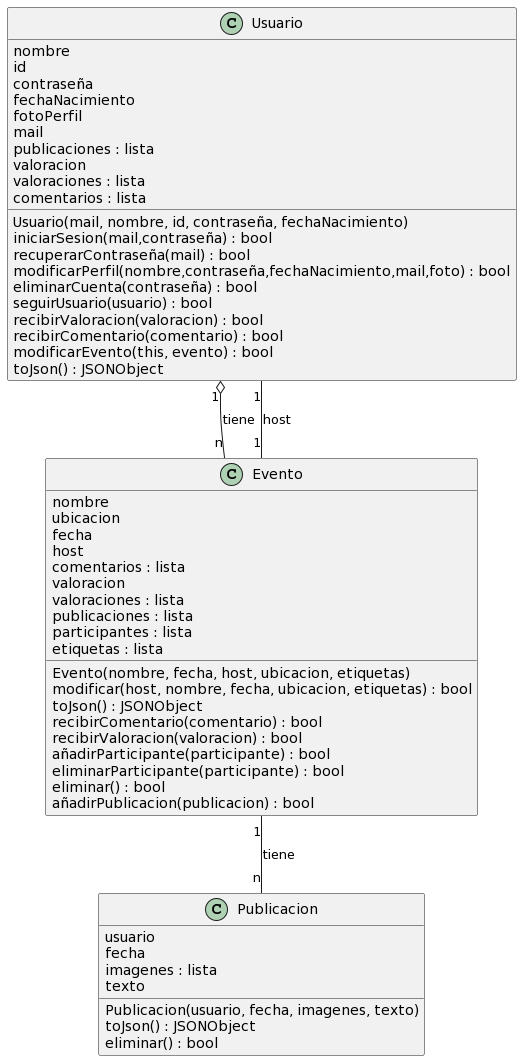
The PlantUML diagram backend/Diagramas/Diagrama clases.png in prieetoo/FindMyParty, before a commit. The source it was exported from:
```plantuml
@startuml
class Usuario {
  nombre
  id
  contraseña
  fechaNacimiento
  fotoPerfil
  mail
  publicaciones : lista
  valoracion
  valoraciones : lista
  comentarios : lista

  Usuario(mail, nombre, id, contraseña, fechaNacimiento)
  iniciarSesion(mail,contraseña) : bool
  recuperarContraseña(mail) : bool
  modificarPerfil(nombre,contraseña,fechaNacimiento,mail,foto) : bool
  eliminarCuenta(contraseña) : bool
  seguirUsuario(usuario) : bool
  recibirValoracion(valoracion) : bool
  recibirComentario(comentario) : bool
  modificarEvento(this, evento) : bool
  toJson() : JSONObject
}

class Evento {
  nombre
  ubicacion
  fecha
  host
  comentarios : lista
  valoracion
  valoraciones : lista
  publicaciones : lista
  participantes : lista
  etiquetas : lista


  Evento(nombre, fecha, host, ubicacion, etiquetas)
  modificar(host, nombre, fecha, ubicacion, etiquetas) : bool
  toJson() : JSONObject
  recibirComentario(comentario) : bool
  recibirValoracion(valoracion) : bool
  añadirParticipante(participante) : bool
  eliminarParticipante(participante) : bool
  eliminar() : bool
  añadirPublicacion(publicacion) : bool
}

class Publicacion {
  usuario
  fecha
  imagenes : lista
  texto

  Publicacion(usuario, fecha, imagenes, texto)
  toJson() : JSONObject
  eliminar() : bool
}

Usuario "1" o-- "n" Evento : tiene
Evento "1" -- "1" Usuario : host
Evento "1" -- "n" Publicacion : tiene
@enduml
```
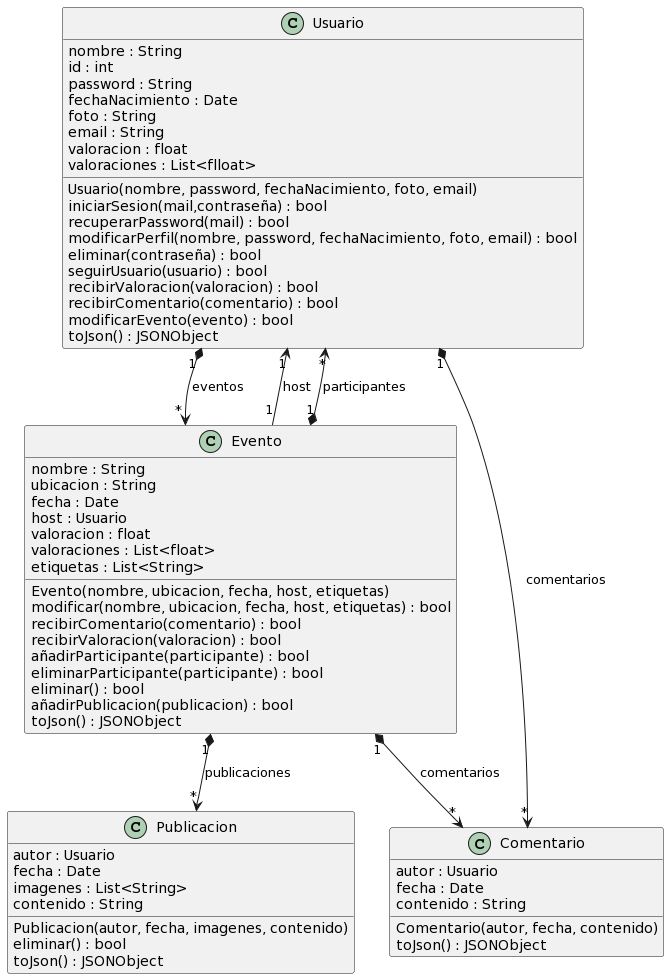
The same diagram one commit later.

Commit message:
Diagramas casos de uso y clases

Change to the diagram source:
```diff
@@ -1,64 +1,66 @@
 @startuml
 class Usuario {
-  nombre
-  id
-  contraseña
-  fechaNacimiento
-  fotoPerfil
-  mail
-  publicaciones : lista
-  valoracion
-  valoraciones : lista
-  comentarios : lista
-
-  Usuario(mail, nombre, id, contraseña, fechaNacimiento)
+  nombre : String
+  id : int
+  password : String
+  fechaNacimiento : Date
+  foto : String
+  email : String
+  valoracion : float
+  valoraciones : List<flloat>
+  Usuario(nombre, password, fechaNacimiento, foto, email)
   iniciarSesion(mail,contraseña) : bool
-  recuperarContraseña(mail) : bool
-  modificarPerfil(nombre,contraseña,fechaNacimiento,mail,foto) : bool
-  eliminarCuenta(contraseña) : bool
+  recuperarPassword(mail) : bool
+  modificarPerfil(nombre, password, fechaNacimiento, foto, email) : bool
+  eliminar(contraseña) : bool
   seguirUsuario(usuario) : bool
   recibirValoracion(valoracion) : bool
   recibirComentario(comentario) : bool
-  modificarEvento(this, evento) : bool
+  modificarEvento(evento) : bool
   toJson() : JSONObject
 }
 
 class Evento {
-  nombre
-  ubicacion
-  fecha
-  host
-  comentarios : lista
-  valoracion
-  valoraciones : lista
-  publicaciones : lista
-  participantes : lista
-  etiquetas : lista
-
-
-  Evento(nombre, fecha, host, ubicacion, etiquetas)
-  modificar(host, nombre, fecha, ubicacion, etiquetas) : bool
-  toJson() : JSONObject
+  nombre : String
+  ubicacion : String
+  fecha : Date
+  host : Usuario
+  valoracion : float
+  valoraciones : List<float>
+  etiquetas : List<String>
+  Evento(nombre, ubicacion, fecha, host, etiquetas)
+  modificar(nombre, ubicacion, fecha, host, etiquetas) : bool
   recibirComentario(comentario) : bool
   recibirValoracion(valoracion) : bool
   añadirParticipante(participante) : bool
   eliminarParticipante(participante) : bool
   eliminar() : bool
   añadirPublicacion(publicacion) : bool
+  toJson() : JSONObject
 }
 
 class Publicacion {
-  usuario
-  fecha
-  imagenes : lista
-  texto
-
-  Publicacion(usuario, fecha, imagenes, texto)
+  autor : Usuario
+  fecha : Date
+  imagenes : List<String>
+  contenido : String
+  Publicacion(autor, fecha, imagenes, contenido)
+  eliminar() : bool
   toJson() : JSONObject
-  eliminar() : bool
 }
 
-Usuario "1" o-- "n" Evento : tiene
-Evento "1" -- "1" Usuario : host
-Evento "1" -- "n" Publicacion : tiene
+class Comentario {
+  autor : Usuario
+  fecha : Date
+  contenido : String
+  Comentario(autor, fecha, contenido)
+  toJson() : JSONObject
+}
+
+Usuario "1" *--> "*" Evento : eventos
+Evento "1" --> "1" Usuario : host
+Evento "1" *--> "*" Publicacion : publicaciones
+Evento "1" *--> "*" Usuario : participantes
+Evento "1" *--> "*" Comentario : comentarios
+Usuario "1" *--> "*" Comentario : comentarios
 @enduml
```
